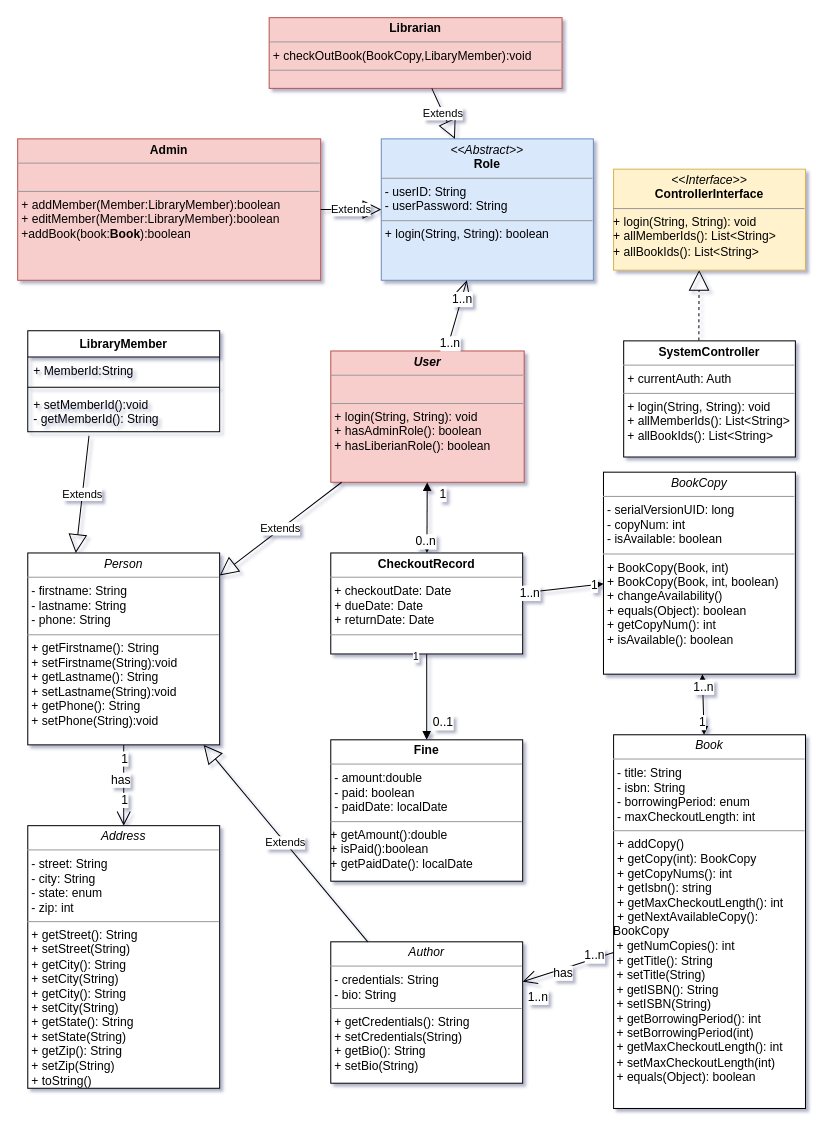
megaunknown/UML keeps this draw.io diagram as Untitled Diagram.drawio. Above is the earlier version. Source tidied: cells renumbered, new cells numbered last; positions are measured from the earlier drawing's top-left corner, leaving out a move shared by most shapes. Both pictures are drawn from the tidied source at 101%, with x=0, y=0 at pixel (17, 17).
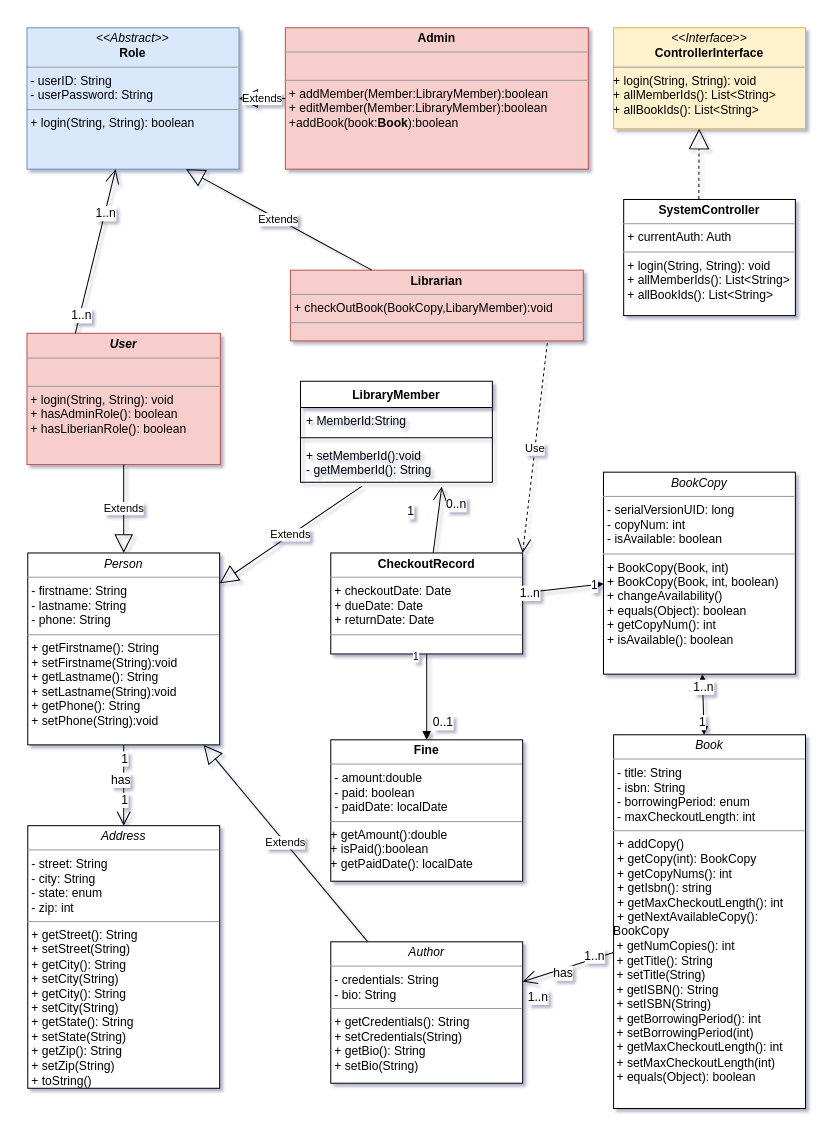
The same page after the edit.

Commit message:
Change the relationships of Checkout

The change refers to these unchanged cells:
```xml
<mxCell id="5" value="&lt;p style=&quot;margin: 0px ; margin-top: 4px ; text-align: center&quot;&gt;&lt;i&gt;Person&lt;/i&gt;&lt;br&gt;&lt;/p&gt;&lt;hr size=&quot;1&quot;&gt;&lt;p style=&quot;margin: 0px ; margin-left: 4px&quot;&gt;- firstname: String&lt;br&gt;- lastname: String&lt;/p&gt;&lt;p style=&quot;margin: 0px ; margin-left: 4px&quot;&gt;- phone: String&lt;br&gt;&lt;/p&gt;&lt;hr size=&quot;1&quot;&gt;&lt;p style=&quot;margin: 0px ; margin-left: 4px&quot;&gt;+ getFirstname(): String&lt;/p&gt;&lt;p style=&quot;margin: 0px ; margin-left: 4px&quot;&gt;+ setFirstname(String):void&lt;br&gt;&lt;/p&gt;&lt;p style=&quot;margin: 0px 0px 0px 4px&quot;&gt;+ getLastname(): String&lt;/p&gt;&lt;p style=&quot;margin: 0px 0px 0px 4px&quot;&gt;+ setLastname(String):void&lt;br&gt;&lt;/p&gt;&lt;p style=&quot;margin: 0px 0px 0px 4px&quot;&gt;+ getPhone(): String&lt;/p&gt;&lt;p style=&quot;margin: 0px 0px 0px 4px&quot;&gt;+ setPhone(String):void&lt;/p&gt;&lt;p style=&quot;margin: 0px 0px 0px 4px&quot;&gt;&lt;br&gt;&lt;/p&gt;" style="verticalAlign=top;align=left;overflow=fill;fontSize=12;fontFamily=Helvetica;html=1;rounded=0;shadow=0;comic=0;labelBackgroundColor=none;strokeWidth=1;" parent="1" vertex="1">
  <mxGeometry x="10" y="530" width="190" height="190" as="geometry" />
</mxCell>
<mxCell id="12" value="&lt;p style=&quot;margin: 0px ; margin-top: 4px ; text-align: center&quot;&gt;&lt;b&gt;Fine&lt;/b&gt;&lt;/p&gt;&lt;hr size=&quot;1&quot;&gt;&lt;p style=&quot;margin: 0px ; margin-left: 4px&quot;&gt;- amount:double&lt;/p&gt;&lt;p style=&quot;margin: 0px ; margin-left: 4px&quot;&gt;- paid: boolean&lt;/p&gt;&lt;p style=&quot;margin: 0px ; margin-left: 4px&quot;&gt;- paidDate: localDate&lt;br&gt;&lt;/p&gt;&lt;hr size=&quot;1&quot;&gt;&lt;div&gt;+ getAmount():double&lt;/div&gt;&lt;div&gt;+ isPaid():boolean&lt;/div&gt;&lt;div&gt;+ getPaidDate(): localDate&lt;br&gt;&lt;/div&gt;" style="verticalAlign=top;align=left;overflow=fill;fontSize=12;fontFamily=Helvetica;html=1;rounded=0;shadow=0;comic=0;labelBackgroundColor=none;strokeWidth=1;" parent="1" vertex="1">
  <mxGeometry x="310" y="715" width="190" height="140" as="geometry" />
</mxCell>
<mxCell id="25" value="&lt;p style=&quot;margin: 0px ; margin-top: 4px ; text-align: center&quot;&gt;&lt;b&gt;CheckoutRecord&lt;/b&gt;&lt;/p&gt;&lt;hr size=&quot;1&quot;&gt;&lt;p style=&quot;margin: 0px ; margin-left: 4px&quot;&gt;+ checkoutDate: Date&lt;br style=&quot;padding: 0px ; margin: 0px&quot;&gt;+ dueDate: Date&lt;br style=&quot;padding: 0px ; margin: 0px&quot;&gt;+ returnDate: Date&lt;br&gt;&lt;/p&gt;&lt;hr size=&quot;1&quot;&gt;&lt;p style=&quot;margin: 0px ; margin-left: 4px&quot;&gt;&lt;br&gt;&lt;/p&gt;" style="verticalAlign=top;align=left;overflow=fill;fontSize=12;fontFamily=Helvetica;html=1;" parent="1" vertex="1">
  <mxGeometry x="310" y="530" width="190" height="100" as="geometry" />
</mxCell>
<mxCell id="31" value="+ setMemberId():void&#10;- getMemberId(): String&#10;&#10;" style="text;strokeColor=none;fillColor=none;align=left;verticalAlign=top;spacingLeft=4;spacingRight=4;overflow=hidden;points=[[0,0.5],[1,0.5]];portConstraint=eastwest;" parent="28" vertex="1">
  <mxGeometry y="60" width="190" height="40" as="geometry" />
</mxCell>
```

Diff of the diagram source:
```diff
@@
     <mxCell id="2" value="&lt;p style=&quot;margin: 0px ; margin-top: 4px ; text-align: center&quot;&gt;&lt;b&gt;Admin&lt;/b&gt;&lt;/p&gt;&lt;hr size=&quot;1&quot;&gt;&lt;p style=&quot;margin: 0px ; margin-left: 4px&quot;&gt;&lt;br&gt;&lt;/p&gt;&lt;hr size=&quot;1&quot;&gt;&lt;p style=&quot;margin: 0px ; margin-left: 4px&quot;&gt;+ addMember(Member:LibraryMember):boolean&lt;/p&gt;&lt;p style=&quot;margin: 0px ; margin-left: 4px&quot;&gt;+ editMember(Member:LibraryMember):boolean&lt;/p&gt;&lt;p style=&quot;margin: 0px ; margin-left: 4px&quot;&gt;+addBook(book:&lt;b&gt;Book&lt;/b&gt;):boolean&lt;/p&gt;&lt;p style=&quot;margin: 0px ; margin-left: 4px&quot;&gt;&lt;br&gt;&lt;/p&gt;" style="verticalAlign=top;align=left;overflow=fill;fontSize=12;fontFamily=Helvetica;html=1;rounded=0;shadow=0;comic=0;labelBackgroundColor=none;strokeWidth=1;fillColor=#f8cecc;strokeColor=#b85450;" parent="1" vertex="1">
-      <mxGeometry y="120" width="300" height="140" as="geometry" />
+      <mxGeometry x="265" y="10" width="300" height="140" as="geometry" />
     </mxCell>
@@
     <mxCell id="6" value="&lt;p style=&quot;margin: 0px ; margin-top: 4px ; text-align: center&quot;&gt;&lt;b&gt;Librarian&lt;/b&gt;&lt;/p&gt;&lt;hr size=&quot;1&quot;&gt;&lt;p style=&quot;margin: 0px ; margin-left: 4px&quot;&gt;+ checkOutBook(BookCopy,LibaryMember):void&lt;br&gt;&lt;/p&gt;&lt;hr size=&quot;1&quot;&gt;&lt;p style=&quot;margin: 0px ; margin-left: 4px&quot;&gt;&lt;br&gt;&lt;/p&gt;" style="verticalAlign=top;align=left;overflow=fill;fontSize=12;fontFamily=Helvetica;html=1;rounded=0;shadow=0;comic=0;labelBackgroundColor=none;strokeWidth=1;fillColor=#f8cecc;strokeColor=#b85450;" parent="1" vertex="1">
-      <mxGeometry x="249" width="290" height="70" as="geometry" />
+      <mxGeometry x="270" y="250" width="290" height="70" as="geometry" />
     </mxCell>
     <mxCell id="7" value="&lt;p style=&quot;margin: 0px ; margin-top: 4px ; text-align: center&quot;&gt;&lt;i&gt;&amp;lt;&amp;lt;Interface&amp;gt;&amp;gt;&lt;/i&gt;&lt;br&gt;&lt;b&gt;ControllerInterface&lt;/b&gt;&lt;br&gt;&lt;/p&gt;&lt;hr size=&quot;1&quot;&gt;&lt;p style=&quot;margin: 0px ; margin-left: 4px&quot;&gt;&lt;/p&gt;+ login(String, String): void&lt;br style=&quot;padding: 0px ; margin: 0px&quot;&gt;+ allMemberIds(): List&amp;lt;String&amp;gt;&lt;br style=&quot;padding: 0px ; margin: 0px&quot;&gt;+ allBookIds(): List&amp;lt;String&amp;gt;" style="verticalAlign=top;align=left;overflow=fill;fontSize=12;fontFamily=Helvetica;html=1;fillColor=#fff2cc;strokeColor=#d6b656;" parent="1" vertex="1">
-      <mxGeometry x="590" y="150" width="190" height="100" as="geometry" />
+      <mxGeometry x="590" y="10" width="190" height="100" as="geometry" />
     </mxCell>
@@
     <mxCell id="9" value="&lt;p style=&quot;margin: 0px ; margin-top: 4px ; text-align: center&quot;&gt;&lt;i&gt;&lt;b&gt;User&lt;/b&gt;&lt;/i&gt;&lt;/p&gt;&lt;hr size=&quot;1&quot;&gt;&lt;p style=&quot;margin: 0px ; margin-left: 4px&quot;&gt;&lt;br&gt;&lt;/p&gt;&lt;hr size=&quot;1&quot;&gt;&lt;p style=&quot;margin: 0px ; margin-left: 4px&quot;&gt;+ login(String, String): void&lt;br&gt;+ hasAdminRole(): boolean&lt;/p&gt;&lt;p style=&quot;margin: 0px ; margin-left: 4px&quot;&gt;+ hasLiberianRole(): boolean&lt;br&gt;&lt;/p&gt;&lt;p style=&quot;margin: 0px ; margin-left: 4px&quot;&gt;&lt;br&gt;&lt;/p&gt;" style="verticalAlign=top;align=left;overflow=fill;fontSize=12;fontFamily=Helvetica;html=1;rounded=0;shadow=0;comic=0;labelBackgroundColor=none;strokeWidth=1;fillColor=#f8cecc;strokeColor=#b85450;" parent="1" vertex="1">
-      <mxGeometry x="310" y="330" width="191.5" height="130" as="geometry" />
+      <mxGeometry x="9.2" y="312.5" width="191.5" height="130" as="geometry" />
     </mxCell>
@@
     <mxCell id="27" value="&lt;p style=&quot;margin: 0px ; margin-top: 4px ; text-align: center&quot;&gt;&lt;span style=&quot;font-weight: 700&quot;&gt;SystemController&lt;/span&gt;&lt;br&gt;&lt;/p&gt;&lt;hr size=&quot;1&quot;&gt;&lt;p style=&quot;margin: 0px ; margin-left: 4px&quot;&gt;+ currentAuth: Auth&lt;/p&gt;&lt;hr size=&quot;1&quot;&gt;&lt;p style=&quot;margin: 0px ; margin-left: 4px&quot;&gt;+ login(String, String): void&lt;br style=&quot;padding: 0px ; margin: 0px&quot;&gt;+ allMemberIds(): List&amp;lt;String&amp;gt;&lt;br style=&quot;padding: 0px ; margin: 0px&quot;&gt;+ allBookIds(): List&amp;lt;String&amp;gt;&lt;br&gt;&lt;/p&gt;" style="verticalAlign=top;align=left;overflow=fill;fontSize=12;fontFamily=Helvetica;html=1;" parent="1" vertex="1">
-      <mxGeometry x="600" y="320" width="170" height="115" as="geometry" />
+      <mxGeometry x="600" y="180" width="170" height="115" as="geometry" />
     </mxCell>
     <mxCell id="28" value="LibraryMember" style="swimlane;fontStyle=1;align=center;verticalAlign=top;horizontal=1;startSize=26;" parent="1" vertex="1">
-      <mxGeometry x="10" y="310" width="190" height="100" as="geometry" />
+      <mxGeometry x="280" y="360" width="190" height="100" as="geometry" />
     </mxCell>
@@
-    <mxCell id="32" value="Extends" style="endArrow=block;endSize=16;endFill=0;html=1;exitX=0.319;exitY=1.1;exitDx=0;exitDy=0;exitPerimeter=0;entryX=0.25;entryY=0;entryDx=0;entryDy=0;" parent="1" edge="1" source="31" target="5">
+    <mxCell id="32" value="Extends" style="endArrow=block;endSize=16;endFill=0;html=1;exitX=0.319;exitY=1.1;exitDx=0;exitDy=0;exitPerimeter=0;" parent="1" edge="1" source="31" target="5">
       <mxGeometry relative="1" as="geometry" />
     </mxCell>
-    <mxCell id="33" style="endArrow=block;endFill=1;html=1;edgeStyle=orthogonalEdgeStyle;align=left;verticalAlign=top;rounded=0;exitX=0.5;exitY=1;exitDx=0;exitDy=0;entryX=0.5;entryY=0;entryDx=0;entryDy=0;" parent="1" edge="1" source="25" target="12">
+    <mxCell id="33" style="endArrow=block;endFill=1;html=1;edgeStyle=orthogonalEdgeStyle;align=left;verticalAlign=top;rounded=0;exitX=0.5;exitY=1;exitDx=0;exitDy=0;" parent="1" edge="1" source="25">
       <mxGeometry x="0.29" y="-15" relative="1" as="geometry">
+        <mxPoint x="405" y="715" as="targetPoint" />
         <Array as="points">
           <mxPoint x="405" y="700" />
           <mxPoint x="405" y="700" />
         </Array>
       </mxGeometry>
     </mxCell>
@@
-    <mxCell id="39" style="endArrow=block;startArrow=block;endFill=1;startFill=1;html=1;" parent="1" edge="1" source="9" target="25">
-      <mxGeometry relative="1" as="geometry" />
-    </mxCell>
-    <mxCell id="40" value="0..n" style="text;html=1;align=center;verticalAlign=middle;labelBackgroundColor=#ffffff;" parent="39" vertex="1">
-      <mxGeometry x="0.69" y="-2" relative="1" as="geometry" />
-    </mxCell>
-    <mxCell id="41" value="1" style="text;html=1;align=center;verticalAlign=middle;labelBackgroundColor=#ffffff;" parent="39" vertex="1">
-      <mxGeometry x="-0.68" y="1" relative="1" as="geometry">
-        <mxPoint x="13.6" as="offset" />
-      </mxGeometry>
-    </mxCell>
     <mxCell id="42" value="&lt;p style=&quot;margin: 0px ; margin-top: 4px ; text-align: center&quot;&gt;&lt;i&gt;&amp;lt;&amp;lt;Abstract&amp;gt;&amp;gt;&lt;/i&gt;&lt;br&gt;&lt;b&gt;Role&lt;/b&gt;&lt;/p&gt;&lt;hr size=&quot;1&quot;&gt;&lt;p style=&quot;margin: 0px ; margin-left: 4px&quot;&gt;- userID: String&lt;br&gt;- userPassword: String&lt;/p&gt;&lt;hr size=&quot;1&quot;&gt;&lt;p style=&quot;margin: 0px ; margin-left: 4px&quot;&gt;+ login(String, String): boolean&lt;br&gt;&lt;/p&gt;" style="verticalAlign=top;align=left;overflow=fill;fontSize=12;fontFamily=Helvetica;html=1;rounded=0;shadow=0;comic=0;labelBackgroundColor=none;strokeWidth=1;fillColor=#dae8fc;strokeColor=#6c8ebf;" parent="1" vertex="1">
-      <mxGeometry x="360" y="120" width="210" height="140" as="geometry" />
+      <mxGeometry x="9.2" y="10" width="210" height="140" as="geometry" />
     </mxCell>
-    <mxCell id="43" value="Extends" style="endArrow=block;endSize=16;endFill=0;html=1;" parent="1" edge="1" source="6" target="42">
+    <mxCell id="43" value="Extends" style="endArrow=block;endSize=16;endFill=0;html=1;entryX=0.75;entryY=1;entryDx=0;entryDy=0;" parent="1" edge="1" source="6" target="42">
       <mxGeometry relative="1" as="geometry" />
     </mxCell>
@@
-    <mxCell id="45" style="endArrow=open;endFill=1;endSize=12;html=1;align=center;" parent="1" edge="1" source="9" target="42">
+    <mxCell id="45" style="endArrow=open;endFill=1;endSize=12;html=1;align=center;exitX=0.25;exitY=0;exitDx=0;exitDy=0;" parent="1" edge="1" source="9" target="42">
       <mxGeometry relative="1" as="geometry" />
     </mxCell>
@@
+    <mxCell id="48" value="Use" style="endArrow=open;endSize=12;dashed=1;html=1;entryX=1;entryY=0;entryDx=0;entryDy=0;exitX=0.877;exitY=1.034;exitDx=0;exitDy=0;exitPerimeter=0;" parent="1" edge="1" source="6" target="25">
+      <mxGeometry relative="1" as="geometry" />
+    </mxCell>
+    <mxCell id="49" style="endArrow=open;endFill=1;endSize=12;html=1;entryX=0.736;entryY=1.11;entryDx=0;entryDy=0;entryPerimeter=0;" parent="1" edge="1" source="25" target="31">
+      <mxGeometry relative="1" as="geometry" />
+    </mxCell>
+    <mxCell id="40" value="0..n" style="text;html=1;align=center;verticalAlign=middle;labelBackgroundColor=#ffffff;" parent="49" vertex="1">
+      <mxGeometry x="0.47" relative="1" as="geometry">
+        <mxPoint x="15.4" as="offset" />
+      </mxGeometry>
+    </mxCell>
+    <mxCell id="41" value="1" style="text;html=1;align=center;verticalAlign=middle;labelBackgroundColor=#ffffff;" parent="49" vertex="1">
+      <mxGeometry x="-0.4" relative="1" as="geometry">
+        <mxPoint x="-25" y="-21.6" as="offset" />
+      </mxGeometry>
+    </mxCell>
```
